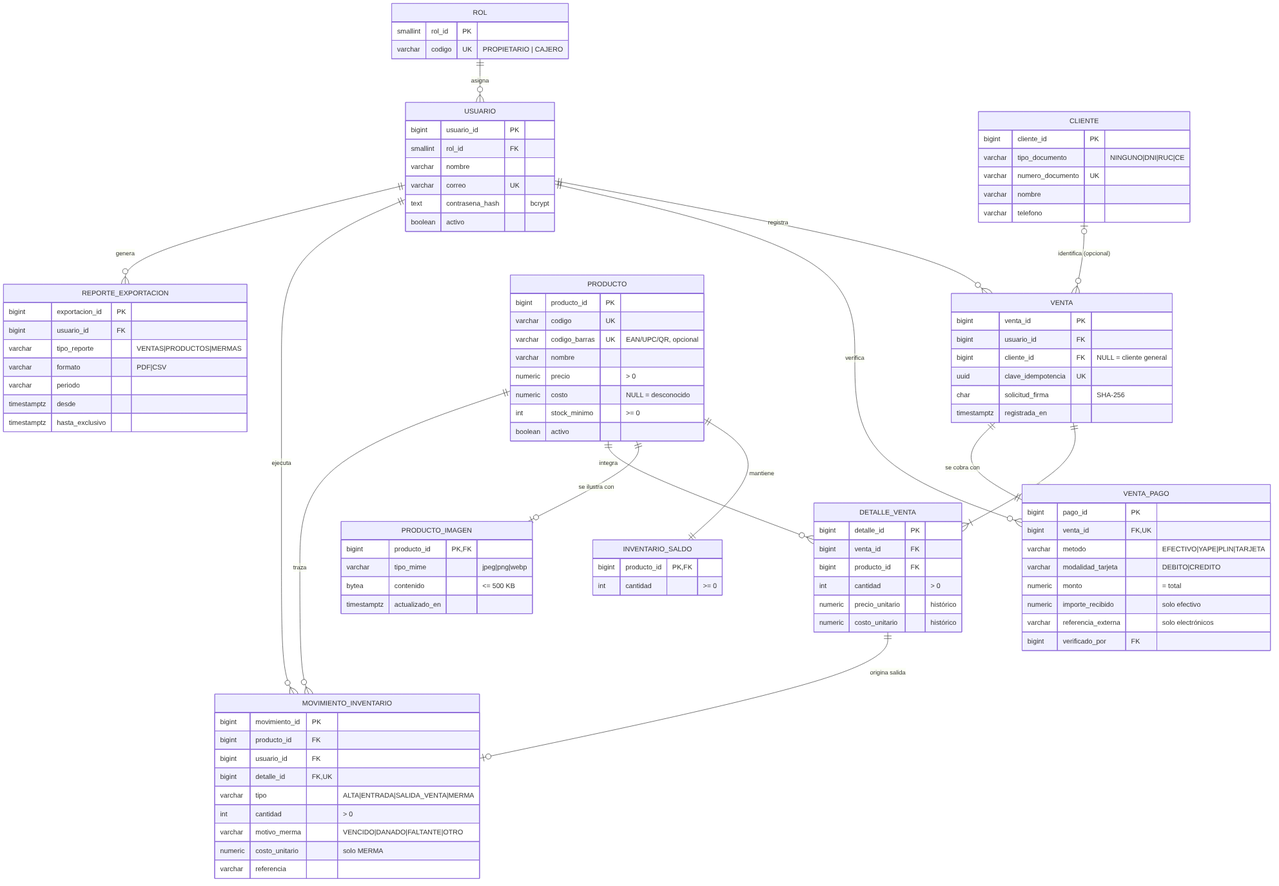
Above: base-datos/04_modelo_er.png in cadionicio/bodegacontrol (Mermaid), before the change. Its source is kept beside it as base-datos/04_modelo_er.mmd.
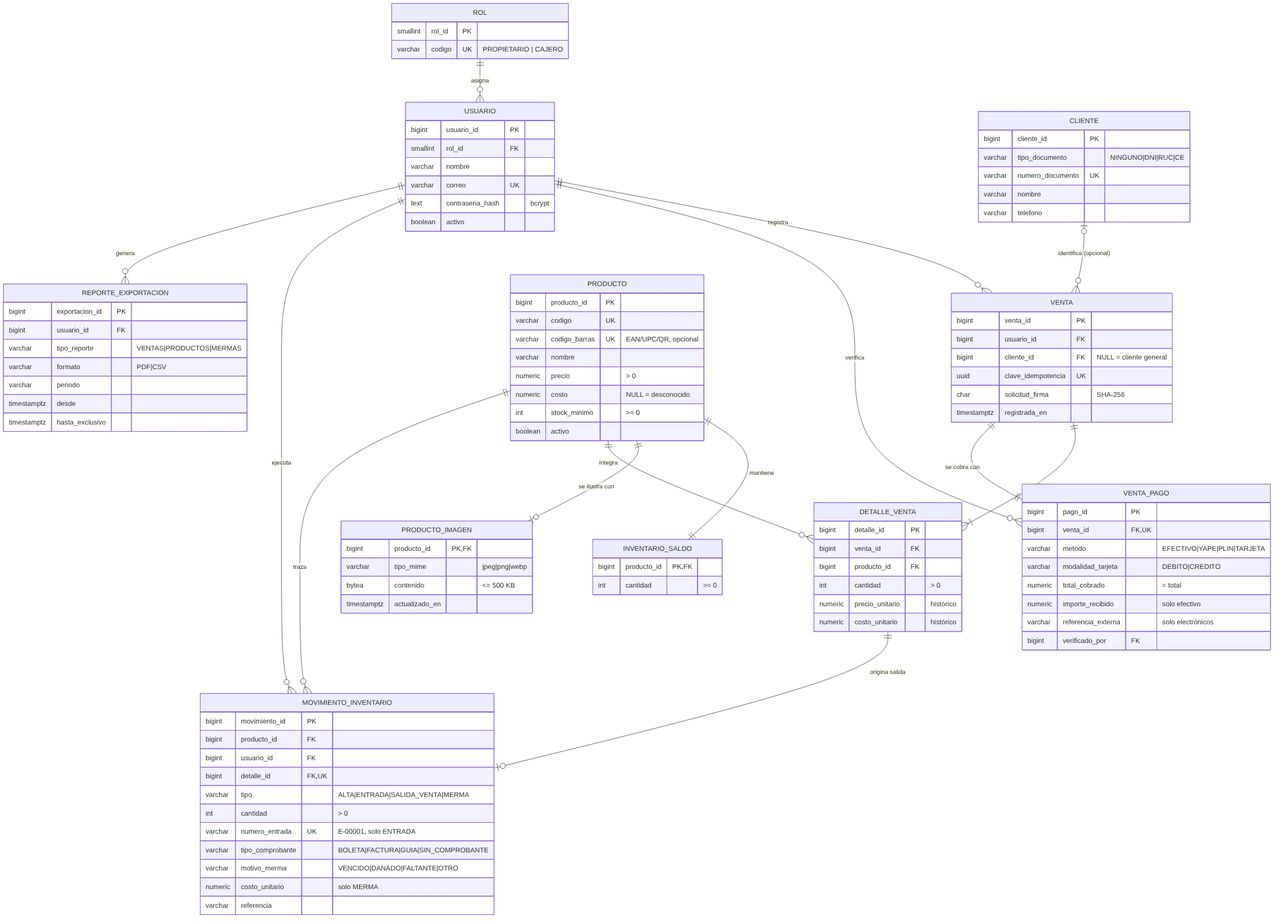
After the change.

What changed in the source:
```diff
@@ -55,7 +55,7 @@
           bigint venta_id FK, UK
           varchar metodo "EFECTIVO|YAPE|PLIN|TARJETA"
           varchar modalidad_tarjeta "DEBITO|CREDITO"
-          numeric monto "= total"
+          numeric total_cobrado "= total"
           numeric importe_recibido "solo efectivo"
           varchar referencia_externa "solo electrónicos"
           bigint verificado_por FK }
@@ -65,6 +65,8 @@
           bigint detalle_id FK, UK
           varchar tipo "ALTA|ENTRADA|SALIDA_VENTA|MERMA"
           int cantidad "> 0"
+          varchar numero_entrada UK "E-00001, solo ENTRADA"
+          varchar tipo_comprobante "BOLETA|FACTURA|GUIA|SIN_COMPROBANTE"
           varchar motivo_merma "VENCIDO|DANADO|FALTANTE|OTRO"
           numeric costo_unitario "solo MERMA"
           varchar referencia }
```
